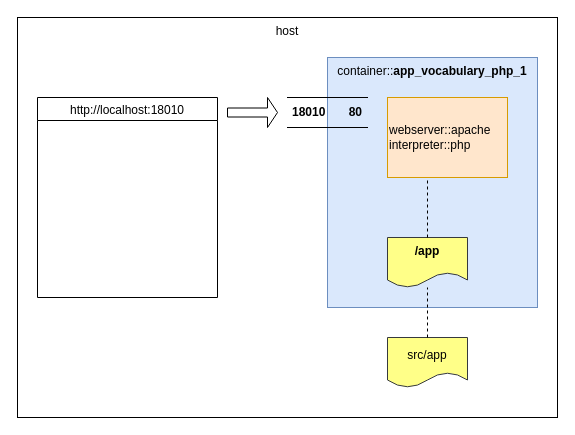
The draw.io diagram docs/02.ProjectPlan/material/ProjectPlan.drawio in umbalaconmeogia/training-development-skill-for-brse-2, before the edit. Source tidied: cells renumbered, new cells numbered last; positions are measured from the earlier drawing's top-left corner, leaving out a move shared by most shapes. Both pictures are drawn from the tidied source at 100%, with x=0, y=0 at pixel (17, 17). Pictures stored in the file or linked from it are replaced by grey dashed boxes.
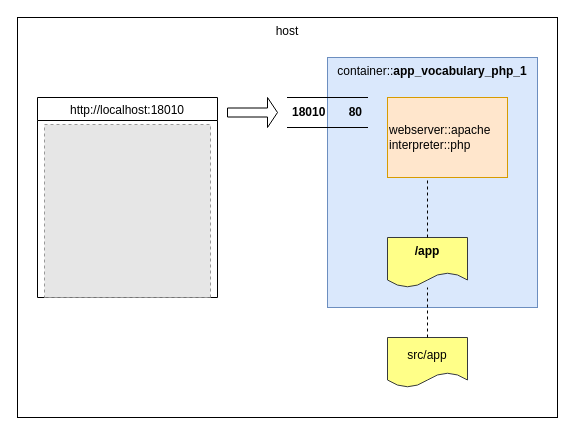
The same page after the edit.

Change to the diagram source:
```diff
@@
 <mxGraphModel>
   <root>
     <mxCell id="0" />
     <mxCell id="1" parent="0" />
     <mxCell id="2" value="host" style="rounded=0;whiteSpace=wrap;html=1;verticalAlign=top;align=center;" parent="1" vertex="1">
       <mxGeometry width="540" height="400" as="geometry" />
     </mxCell>
     <mxCell id="3" value="container::&lt;b&gt;app_vocabulary_php_1&lt;/b&gt;" style="rounded=0;whiteSpace=wrap;html=1;align=center;verticalAlign=top;fillColor=#dae8fc;strokeColor=#6c8ebf;" parent="1" vertex="1">
       <mxGeometry x="310" y="40" width="210" height="250" as="geometry" />
     </mxCell>
     <mxCell id="4" value="http://localhost:18010" style="swimlane;align=center;fontStyle=0;" parent="1" vertex="1">
       <mxGeometry x="20" y="80" width="180" height="200" as="geometry" />
     </mxCell>
     <mxCell id="5" value="18010&amp;nbsp; &amp;nbsp; &amp;nbsp; &amp;nbsp;80" style="shape=partialRectangle;whiteSpace=wrap;html=1;left=0;right=0;fillColor=none;align=center;fontStyle=1;" parent="1" vertex="1">
       <mxGeometry x="270" y="80" width="80" height="30" as="geometry" />
     </mxCell>
     <mxCell id="6" style="shape=singleArrow;whiteSpace=wrap;html=1;align=center;" parent="1" vertex="1">
       <mxGeometry x="210" y="80" width="50" height="30" as="geometry" />
     </mxCell>
     <mxCell id="7" value="src/app" style="shape=document;whiteSpace=wrap;html=1;boundedLbl=1;align=center;fillColor=#ffff88;strokeColor=#36393d;" parent="1" vertex="1">
       <mxGeometry x="370" y="320" width="80" height="50" as="geometry" />
     </mxCell>
     <mxCell id="8" value="/app" style="shape=document;whiteSpace=wrap;html=1;boundedLbl=1;align=center;verticalAlign=top;fillColor=#ffff88;strokeColor=#36393d;fontStyle=1;" parent="1" vertex="1">
       <mxGeometry x="370" y="220" width="80" height="50" as="geometry" />
     </mxCell>
     <mxCell id="9" style="endArrow=none;dashed=1;html=1;exitX=0.5;exitY=0;exitDx=0;exitDy=0;" parent="1" edge="1" source="7" target="8">
       <mxGeometry relative="1" as="geometry" />
     </mxCell>
     <mxCell id="10" style="endArrow=none;dashed=1;html=1;exitX=0.5;exitY=0;exitDx=0;exitDy=0;" parent="1" edge="1" source="8">
       <mxGeometry relative="1" as="geometry">
         <mxPoint x="410" y="160" as="targetPoint" />
       </mxGeometry>
     </mxCell>
     <mxCell id="11" value="&lt;span style=&quot;text-align: center ; white-space: normal&quot;&gt;webserver::apache&lt;/span&gt;&lt;br style=&quot;text-align: center ; white-space: normal&quot;&gt;&lt;span style=&quot;text-align: center ; white-space: normal&quot;&gt;interpreter::php&lt;/span&gt;" style="rounded=0;whiteSpace=wrap;html=1;align=left;fillColor=#ffe6cc;strokeColor=#d79b00;" parent="1" vertex="1">
       <mxGeometry x="370" y="80" width="120" height="80" as="geometry" />
     </mxCell>
+    <mxCell id="12" style="fillColor=#E6E6E6;strokeColor=#999999;dashed=1;verticalLabelPosition=bottom;labelBackgroundColor=#ffffff;verticalAlign=top;" parent="1" vertex="1">
+      <mxGeometry x="27" y="107" width="166" height="173" as="geometry" />
+    </mxCell>
   </root>
 </mxGraphModel>
```
